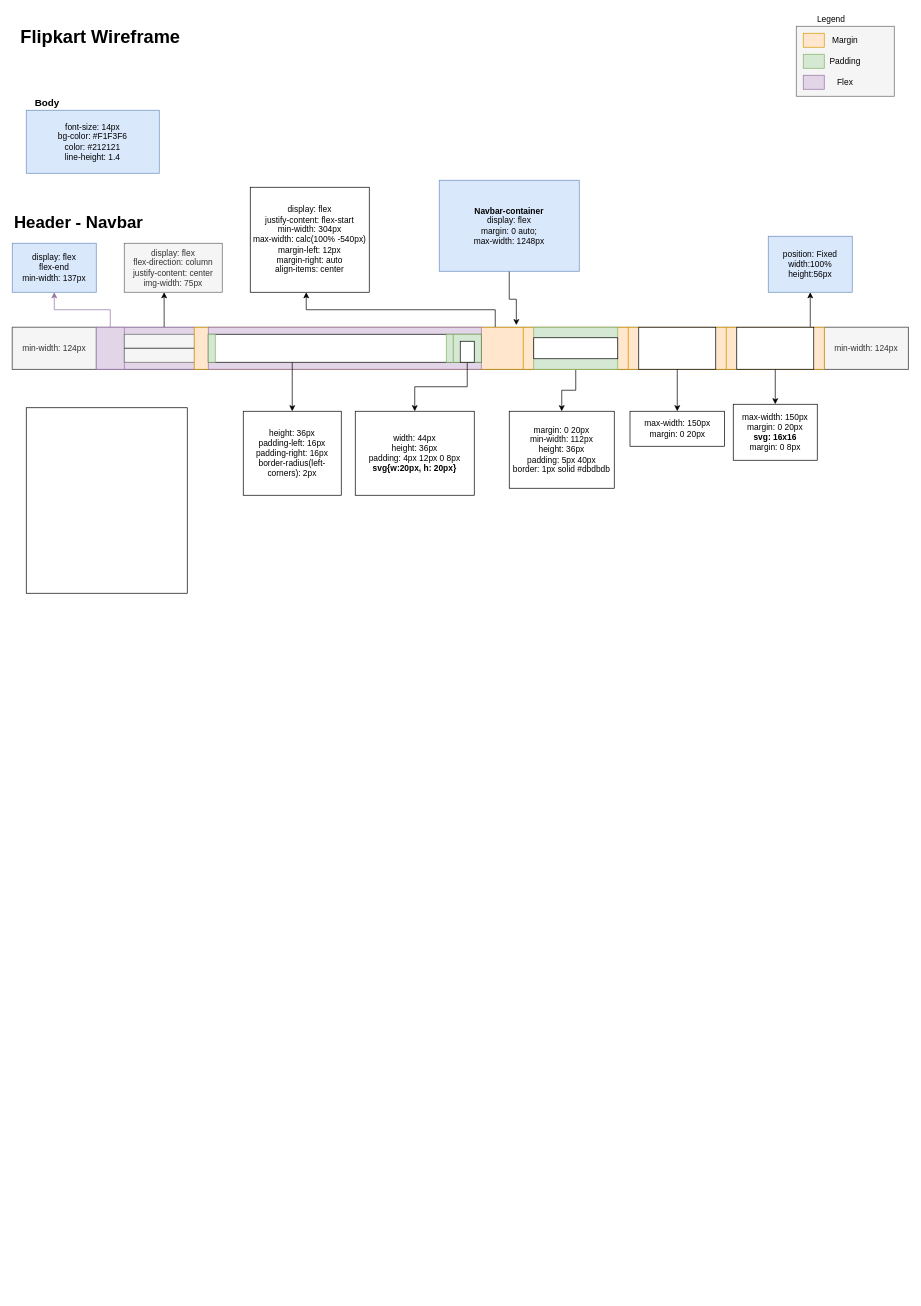
Above: diagrams/flipkart_v1.drawio in nalandenv/flipkart-clone (draw.io), before the change. Source tidied: cells renumbered, new cells numbered last; positions are measured from the earlier drawing's top-left corner, leaving out a move shared by most shapes. Both pictures are drawn from the tidied source at 70%, with x=0, y=0 at pixel (12, 12).
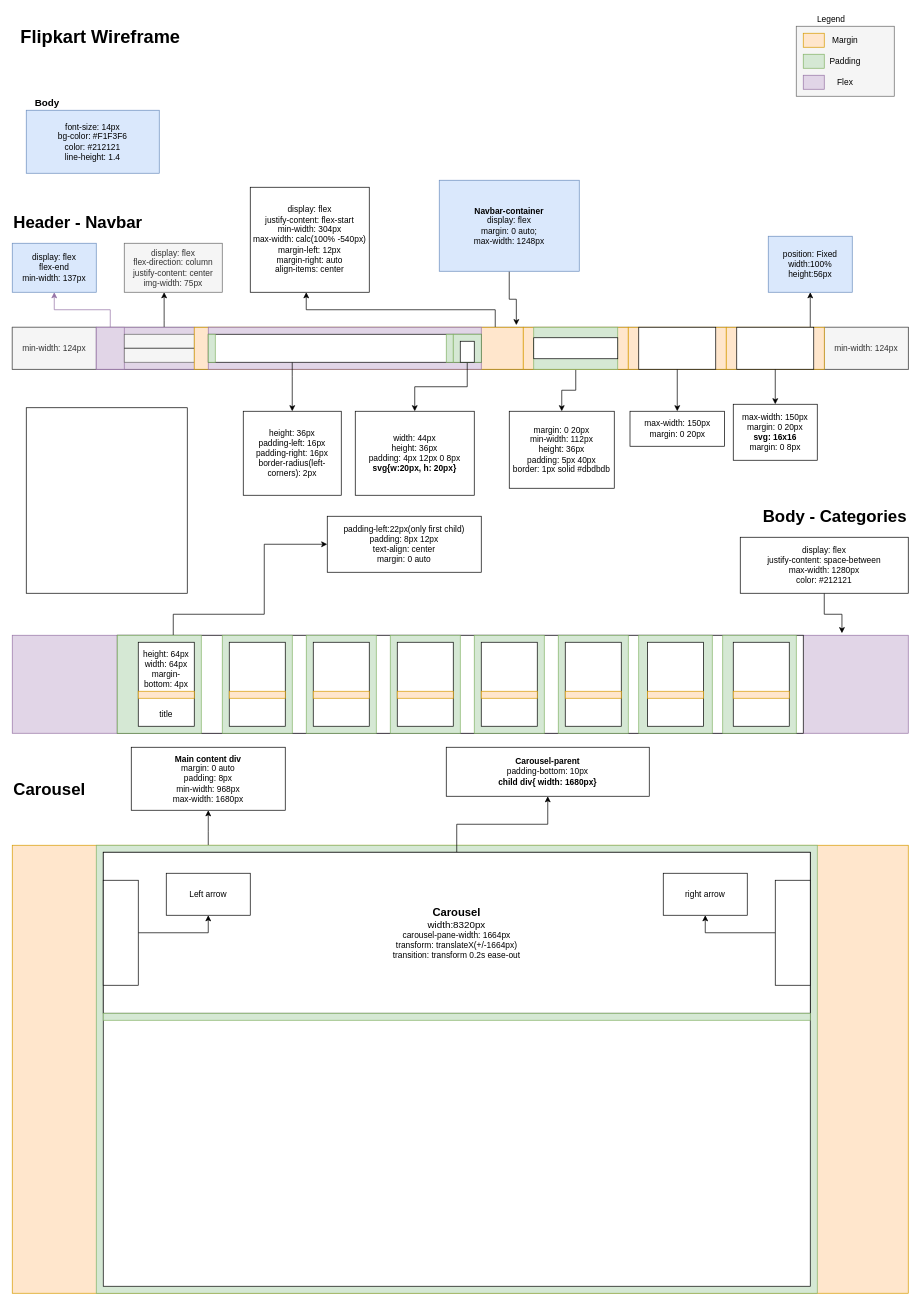
After the change.

What changed in the source:
```diff
@@
-    <mxCell id="8" value="&lt;b&gt;&lt;font style=&quot;font-size: 24px&quot;&gt;Header - Navbar&lt;/font&gt;&lt;/b&gt;" style="text;html=1;strokeColor=none;fillColor=none;align=center;verticalAlign=top;whiteSpace=wrap;rounded=0;fontFamily=Helvetica;fontSize=14;" parent="1" vertex="1">
+    <mxCell id="8" value="&lt;b&gt;&lt;font style=&quot;font-size: 24px&quot;&gt;Header - Navbar&lt;/font&gt;&lt;/b&gt;" style="text;html=1;strokeColor=none;fillColor=none;align=left;verticalAlign=top;whiteSpace=wrap;rounded=0;fontFamily=Helvetica;fontSize=14;" parent="1" vertex="1">
       <mxGeometry y="280" width="190" height="50" as="geometry" />
     </mxCell>
@@
+    <mxCell id="56" value="&lt;b&gt;&lt;font style=&quot;font-size: 24px&quot;&gt;Body - Categories&lt;/font&gt;&lt;/b&gt;" style="text;html=1;strokeColor=none;fillColor=none;align=right;verticalAlign=top;whiteSpace=wrap;rounded=0;fontFamily=Helvetica;fontSize=14;" parent="1" vertex="1">
+      <mxGeometry x="980" y="700" width="300" height="50" as="geometry" />
+    </mxCell>
+    <mxCell id="57" style="rounded=0;whiteSpace=wrap;html=1;fontFamily=Helvetica;fontSize=12;align=center;verticalAlign=middle;fillColor=#e1d5e7;strokeColor=#9673a6;" parent="1" vertex="1">
+      <mxGeometry y="890" width="1280" height="140" as="geometry" />
+    </mxCell>
+    <mxCell id="58" style="edgeStyle=orthogonalEdgeStyle;rounded=0;jettySize=auto;html=1;entryX=0.926;entryY=-0.021;entryDx=0;entryDy=0;entryPerimeter=0;fontFamily=Helvetica;fontSize=12;align=center;verticalAlign=middle;" parent="1" edge="1" source="59" target="57">
+      <mxGeometry relative="1" as="geometry" />
+    </mxCell>
+    <mxCell id="59" value="display: flex&lt;br&gt;justify-content: space-between&lt;br&gt;max-width: 1280px&lt;br&gt;color: #212121" style="rounded=0;whiteSpace=wrap;html=1;fontFamily=Helvetica;fontSize=12;gradientColor=none;align=center;verticalAlign=middle;" parent="1" vertex="1">
+      <mxGeometry x="1040" y="750" width="240" height="80" as="geometry" />
+    </mxCell>
+    <mxCell id="60" style="rounded=0;whiteSpace=wrap;html=1;fontFamily=Helvetica;fontSize=12;gradientColor=none;align=center;verticalAlign=middle;" parent="1" vertex="1">
+      <mxGeometry x="150" y="890" width="980" height="140" as="geometry" />
+    </mxCell>
+    <mxCell id="61" style="edgeStyle=orthogonalEdgeStyle;rounded=0;jettySize=auto;html=1;fontFamily=Helvetica;fontSize=12;align=center;verticalAlign=middle;" parent="1" edge="1" source="62">
+      <mxGeometry relative="1" as="geometry">
+        <mxPoint x="450" y="760" as="targetPoint" />
+        <Array as="points">
+          <mxPoint x="230" y="860" />
+          <mxPoint x="360" y="860" />
+          <mxPoint x="360" y="760" />
+        </Array>
+      </mxGeometry>
+    </mxCell>
+    <mxCell id="62" style="rounded=0;whiteSpace=wrap;html=1;fontFamily=Helvetica;fontSize=12;align=center;verticalAlign=middle;fillColor=#d5e8d4;strokeColor=#82b366;" parent="1" vertex="1">
+      <mxGeometry x="150" y="890" width="120" height="140" as="geometry" />
+    </mxCell>
+    <mxCell id="63" style="rounded=0;whiteSpace=wrap;html=1;fontFamily=Helvetica;fontSize=12;align=center;verticalAlign=middle;fillColor=#d5e8d4;strokeColor=#82b366;" parent="1" vertex="1">
+      <mxGeometry x="300" y="890" width="100" height="140" as="geometry" />
+    </mxCell>
+    <mxCell id="64" style="rounded=0;whiteSpace=wrap;html=1;fontFamily=Helvetica;fontSize=12;align=center;verticalAlign=middle;fillColor=#d5e8d4;strokeColor=#82b366;" parent="1" vertex="1">
+      <mxGeometry x="420" y="890" width="100" height="140" as="geometry" />
+    </mxCell>
+    <mxCell id="65" style="rounded=0;whiteSpace=wrap;html=1;fontFamily=Helvetica;fontSize=12;align=center;verticalAlign=middle;fillColor=#d5e8d4;strokeColor=#82b366;" parent="1" vertex="1">
+      <mxGeometry x="540" y="890" width="100" height="140" as="geometry" />
+    </mxCell>
+    <mxCell id="66" style="rounded=0;whiteSpace=wrap;html=1;fontFamily=Helvetica;fontSize=12;align=center;verticalAlign=middle;fillColor=#d5e8d4;strokeColor=#82b366;" parent="1" vertex="1">
+      <mxGeometry x="660" y="890" width="100" height="140" as="geometry" />
+    </mxCell>
+    <mxCell id="67" style="rounded=0;whiteSpace=wrap;html=1;fontFamily=Helvetica;fontSize=12;align=center;verticalAlign=middle;fillColor=#d5e8d4;strokeColor=#82b366;" parent="1" vertex="1">
+      <mxGeometry x="780" y="890" width="100" height="140" as="geometry" />
+    </mxCell>
+    <mxCell id="68" style="rounded=0;whiteSpace=wrap;html=1;fontFamily=Helvetica;fontSize=12;align=center;verticalAlign=middle;fillColor=#d5e8d4;strokeColor=#82b366;" parent="1" vertex="1">
+      <mxGeometry x="895" y="890" width="105" height="140" as="geometry" />
+    </mxCell>
+    <mxCell id="69" style="rounded=0;whiteSpace=wrap;html=1;fontFamily=Helvetica;fontSize=12;align=center;verticalAlign=middle;fillColor=#d5e8d4;strokeColor=#82b366;" parent="1" vertex="1">
+      <mxGeometry x="1015" y="890" width="105" height="140" as="geometry" />
+    </mxCell>
+    <mxCell id="70" value="padding-left:22px(only first child)&lt;br&gt;padding: 8px 12px&lt;br&gt;text-align: center&lt;br&gt;margin: 0 auto" style="rounded=0;whiteSpace=wrap;html=1;fontFamily=Helvetica;fontSize=12;gradientColor=none;align=center;verticalAlign=middle;" parent="1" vertex="1">
+      <mxGeometry x="450" y="720" width="220" height="80" as="geometry" />
+    </mxCell>
+    <mxCell id="71" value="height: 64px&lt;br&gt;width: 64px&lt;br&gt;margin-bottom: 4px&lt;br&gt;&lt;br&gt;&lt;br&gt;title" style="rounded=0;whiteSpace=wrap;html=1;fontFamily=Helvetica;fontSize=12;gradientColor=none;align=center;verticalAlign=middle;" parent="1" vertex="1">
+      <mxGeometry x="180" y="900" width="80" height="120" as="geometry" />
+    </mxCell>
+    <mxCell id="72" style="rounded=0;whiteSpace=wrap;html=1;fontFamily=Helvetica;fontSize=12;align=center;verticalAlign=middle;fillColor=#ffe6cc;strokeColor=#d79b00;" parent="1" vertex="1">
+      <mxGeometry x="180" y="970" width="80" height="10" as="geometry" />
+    </mxCell>
+    <mxCell id="73" style="rounded=0;whiteSpace=wrap;html=1;fontFamily=Helvetica;fontSize=12;gradientColor=none;align=center;verticalAlign=middle;" parent="1" vertex="1">
+      <mxGeometry x="310" y="900" width="80" height="120" as="geometry" />
+    </mxCell>
+    <mxCell id="74" style="rounded=0;whiteSpace=wrap;html=1;fontFamily=Helvetica;fontSize=12;align=center;verticalAlign=middle;fillColor=#ffe6cc;strokeColor=#d79b00;" parent="1" vertex="1">
+      <mxGeometry x="310" y="970" width="80" height="10" as="geometry" />
+    </mxCell>
+    <mxCell id="75" style="rounded=0;whiteSpace=wrap;html=1;fontFamily=Helvetica;fontSize=12;gradientColor=none;align=center;verticalAlign=middle;" parent="1" vertex="1">
+      <mxGeometry x="430" y="900" width="80" height="120" as="geometry" />
+    </mxCell>
+    <mxCell id="76" style="rounded=0;whiteSpace=wrap;html=1;fontFamily=Helvetica;fontSize=12;align=center;verticalAlign=middle;fillColor=#ffe6cc;strokeColor=#d79b00;" parent="1" vertex="1">
+      <mxGeometry x="430" y="970" width="80" height="10" as="geometry" />
+    </mxCell>
+    <mxCell id="77" style="rounded=0;whiteSpace=wrap;html=1;fontFamily=Helvetica;fontSize=12;gradientColor=none;align=center;verticalAlign=middle;" parent="1" vertex="1">
+      <mxGeometry x="550" y="900" width="80" height="120" as="geometry" />
+    </mxCell>
+    <mxCell id="78" style="rounded=0;whiteSpace=wrap;html=1;fontFamily=Helvetica;fontSize=12;align=center;verticalAlign=middle;fillColor=#ffe6cc;strokeColor=#d79b00;" parent="1" vertex="1">
+      <mxGeometry x="550" y="970" width="80" height="10" as="geometry" />
+    </mxCell>
+    <mxCell id="79" style="rounded=0;whiteSpace=wrap;html=1;fontFamily=Helvetica;fontSize=12;gradientColor=none;align=center;verticalAlign=middle;" parent="1" vertex="1">
+      <mxGeometry x="670" y="900" width="80" height="120" as="geometry" />
+    </mxCell>
+    <mxCell id="80" style="rounded=0;whiteSpace=wrap;html=1;fontFamily=Helvetica;fontSize=12;align=center;verticalAlign=middle;fillColor=#ffe6cc;strokeColor=#d79b00;" parent="1" vertex="1">
+      <mxGeometry x="670" y="970" width="80" height="10" as="geometry" />
+    </mxCell>
+    <mxCell id="81" style="rounded=0;whiteSpace=wrap;html=1;fontFamily=Helvetica;fontSize=12;gradientColor=none;align=center;verticalAlign=middle;" parent="1" vertex="1">
+      <mxGeometry x="790" y="900" width="80" height="120" as="geometry" />
+    </mxCell>
+    <mxCell id="82" style="rounded=0;whiteSpace=wrap;html=1;fontFamily=Helvetica;fontSize=12;align=center;verticalAlign=middle;fillColor=#ffe6cc;strokeColor=#d79b00;" parent="1" vertex="1">
+      <mxGeometry x="790" y="970" width="80" height="10" as="geometry" />
+    </mxCell>
+    <mxCell id="83" style="rounded=0;whiteSpace=wrap;html=1;fontFamily=Helvetica;fontSize=12;gradientColor=none;align=center;verticalAlign=middle;" parent="1" vertex="1">
+      <mxGeometry x="907.5" y="900" width="80" height="120" as="geometry" />
+    </mxCell>
+    <mxCell id="84" style="rounded=0;whiteSpace=wrap;html=1;fontFamily=Helvetica;fontSize=12;align=center;verticalAlign=middle;fillColor=#ffe6cc;strokeColor=#d79b00;" parent="1" vertex="1">
+      <mxGeometry x="907.5" y="970" width="80" height="10" as="geometry" />
+    </mxCell>
+    <mxCell id="85" style="rounded=0;whiteSpace=wrap;html=1;fontFamily=Helvetica;fontSize=12;gradientColor=none;align=center;verticalAlign=middle;" parent="1" vertex="1">
+      <mxGeometry x="1030" y="900" width="80" height="120" as="geometry" />
+    </mxCell>
+    <mxCell id="86" style="rounded=0;whiteSpace=wrap;html=1;fontFamily=Helvetica;fontSize=12;align=center;verticalAlign=middle;fillColor=#ffe6cc;strokeColor=#d79b00;" parent="1" vertex="1">
+      <mxGeometry x="1030" y="970" width="80" height="10" as="geometry" />
+    </mxCell>
+    <mxCell id="87" value="&lt;b&gt;&lt;font style=&quot;font-size: 24px&quot;&gt;Carousel&lt;/font&gt;&lt;/b&gt;" style="text;html=1;strokeColor=none;fillColor=none;align=left;verticalAlign=top;whiteSpace=wrap;rounded=0;fontFamily=Helvetica;fontSize=14;" parent="1" vertex="1">
+      <mxGeometry y="1090" width="300" height="50" as="geometry" />
+    </mxCell>
+    <mxCell id="88" style="rounded=0;whiteSpace=wrap;html=1;fontFamily=Helvetica;fontSize=12;align=center;verticalAlign=middle;fillColor=#ffe6cc;strokeColor=#d79b00;" parent="1" vertex="1">
+      <mxGeometry y="1190" width="1280" height="640" as="geometry" />
+    </mxCell>
+    <mxCell id="89" value="&lt;b&gt;Main content div&lt;/b&gt;&lt;br&gt;margin: 0 auto&lt;br&gt;padding: 8px&lt;br&gt;min-width: 968px&lt;br&gt;max-width: 1680px" style="rounded=0;whiteSpace=wrap;html=1;fontFamily=Helvetica;fontSize=12;gradientColor=none;align=center;verticalAlign=middle;" parent="1" vertex="1">
+      <mxGeometry x="170" y="1050" width="220" height="90" as="geometry" />
+    </mxCell>
+    <mxCell id="90" style="edgeStyle=orthogonalEdgeStyle;rounded=0;jettySize=auto;html=1;fontFamily=Helvetica;fontSize=12;align=center;verticalAlign=middle;" parent="1" edge="1" source="91" target="89">
+      <mxGeometry relative="1" as="geometry">
+        <Array as="points">
+          <mxPoint x="280" y="1170" />
+          <mxPoint x="280" y="1170" />
+        </Array>
+      </mxGeometry>
+    </mxCell>
+    <mxCell id="91" style="rounded=0;whiteSpace=wrap;html=1;fontFamily=Helvetica;fontSize=12;strokeWidth=1;align=center;verticalAlign=middle;fillColor=#d5e8d4;strokeColor=#82b366;" parent="1" vertex="1">
+      <mxGeometry x="120" y="1190" width="1030" height="640" as="geometry" />
+    </mxCell>
+    <mxCell id="92" style="rounded=0;whiteSpace=wrap;html=1;fontFamily=Helvetica;fontSize=12;strokeColor=#000000;strokeWidth=1;gradientColor=none;align=center;verticalAlign=middle;" parent="1" vertex="1">
+      <mxGeometry x="130" y="1200" width="1010" height="620" as="geometry" />
+    </mxCell>
+    <mxCell id="93" style="edgeStyle=orthogonalEdgeStyle;rounded=0;jettySize=auto;html=1;entryX=0.5;entryY=1;entryDx=0;entryDy=0;fontFamily=Helvetica;fontSize=12;align=center;verticalAlign=middle;" parent="1" edge="1" source="94" target="96">
+      <mxGeometry relative="1" as="geometry" />
+    </mxCell>
+    <mxCell id="94" value="&lt;b style=&quot;font-size: 16px&quot;&gt;Carousel&lt;/b&gt;&lt;br&gt;&lt;font style=&quot;font-size: 14px&quot;&gt;width:8320px&lt;br&gt;&lt;/font&gt;carousel-pane-width: 1664px&lt;br&gt;transform: translateX(+/-1664px)&lt;br&gt;transition: transform 0.2s ease-out" style="rounded=0;whiteSpace=wrap;html=1;fontFamily=Helvetica;fontSize=12;strokeColor=#000000;strokeWidth=1;gradientColor=none;align=center;verticalAlign=middle;" parent="1" vertex="1">
+      <mxGeometry x="130" y="1200" width="1010" height="230" as="geometry" />
+    </mxCell>
+    <mxCell id="95" style="rounded=0;whiteSpace=wrap;html=1;fontFamily=Helvetica;fontSize=12;strokeColor=#82b366;strokeWidth=1;align=center;verticalAlign=middle;fillColor=#d5e8d4;" parent="1" vertex="1">
+      <mxGeometry x="130" y="1430" width="1010" height="10" as="geometry" />
+    </mxCell>
+    <mxCell id="96" value="&lt;b&gt;Carousel-parent&lt;/b&gt;&lt;br&gt;padding-bottom: 10px&lt;br&gt;&lt;b&gt;child div{ width: 1680px}&lt;/b&gt;" style="rounded=0;whiteSpace=wrap;html=1;fontFamily=Helvetica;fontSize=12;strokeColor=#000000;strokeWidth=1;gradientColor=none;align=center;verticalAlign=middle;" parent="1" vertex="1">
+      <mxGeometry x="620" y="1050" width="290" height="70" as="geometry" />
+    </mxCell>
+    <mxCell id="97" style="edgeStyle=orthogonalEdgeStyle;rounded=0;jettySize=auto;html=1;entryX=0.5;entryY=1;entryDx=0;entryDy=0;fontFamily=Helvetica;fontSize=12;align=center;verticalAlign=middle;" parent="1" edge="1" source="98" target="101">
+      <mxGeometry relative="1" as="geometry" />
+    </mxCell>
+    <mxCell id="98" style="rounded=0;whiteSpace=wrap;html=1;fontFamily=Helvetica;fontSize=12;strokeColor=#000000;strokeWidth=1;gradientColor=none;align=center;verticalAlign=middle;" parent="1" vertex="1">
+      <mxGeometry x="130" y="1240" width="50" height="150" as="geometry" />
+    </mxCell>
+    <mxCell id="99" style="edgeStyle=orthogonalEdgeStyle;rounded=0;jettySize=auto;html=1;entryX=0.5;entryY=1;entryDx=0;entryDy=0;fontFamily=Helvetica;fontSize=12;align=center;verticalAlign=middle;" parent="1" edge="1" source="100" target="102">
+      <mxGeometry relative="1" as="geometry" />
+    </mxCell>
+    <mxCell id="100" style="rounded=0;whiteSpace=wrap;html=1;fontFamily=Helvetica;fontSize=12;strokeColor=#000000;strokeWidth=1;gradientColor=none;align=center;verticalAlign=middle;" parent="1" vertex="1">
+      <mxGeometry x="1090" y="1240" width="50" height="150" as="geometry" />
+    </mxCell>
+    <mxCell id="101" value="Left arrow" style="rounded=0;whiteSpace=wrap;html=1;fontFamily=Helvetica;fontSize=12;strokeColor=#000000;strokeWidth=1;gradientColor=none;align=center;verticalAlign=middle;" parent="1" vertex="1">
+      <mxGeometry x="220" y="1230" width="120" height="60" as="geometry" />
+    </mxCell>
+    <mxCell id="102" value="right arrow" style="rounded=0;whiteSpace=wrap;html=1;fontFamily=Helvetica;fontSize=12;strokeColor=#000000;strokeWidth=1;gradientColor=none;align=center;verticalAlign=middle;" parent="1" vertex="1">
+      <mxGeometry x="930" y="1230" width="120" height="60" as="geometry" />
+    </mxCell>
```
